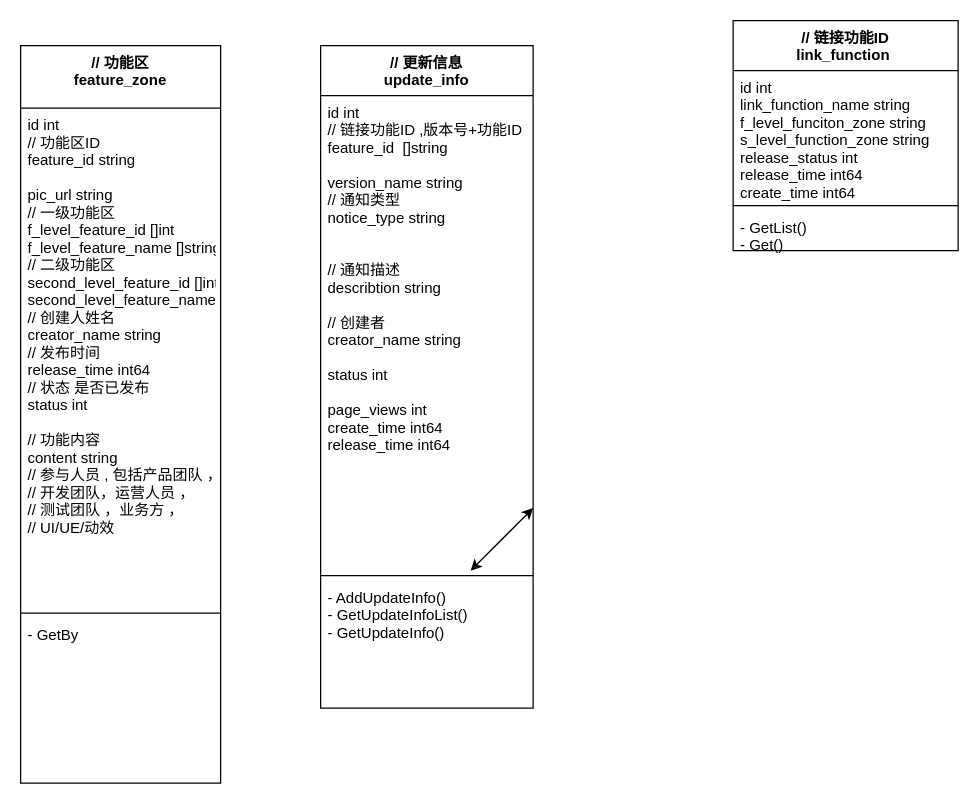
Earlier version of the draw.io diagram 未命名绘图.drawio (lypee/learnProject). Source tidied: cells renumbered, new cells numbered last; positions are measured from the earlier drawing's top-left corner, leaving out a move shared by most shapes. Both pictures are drawn from the tidied source at 125%, with x=0, y=0 at pixel (20, 20).
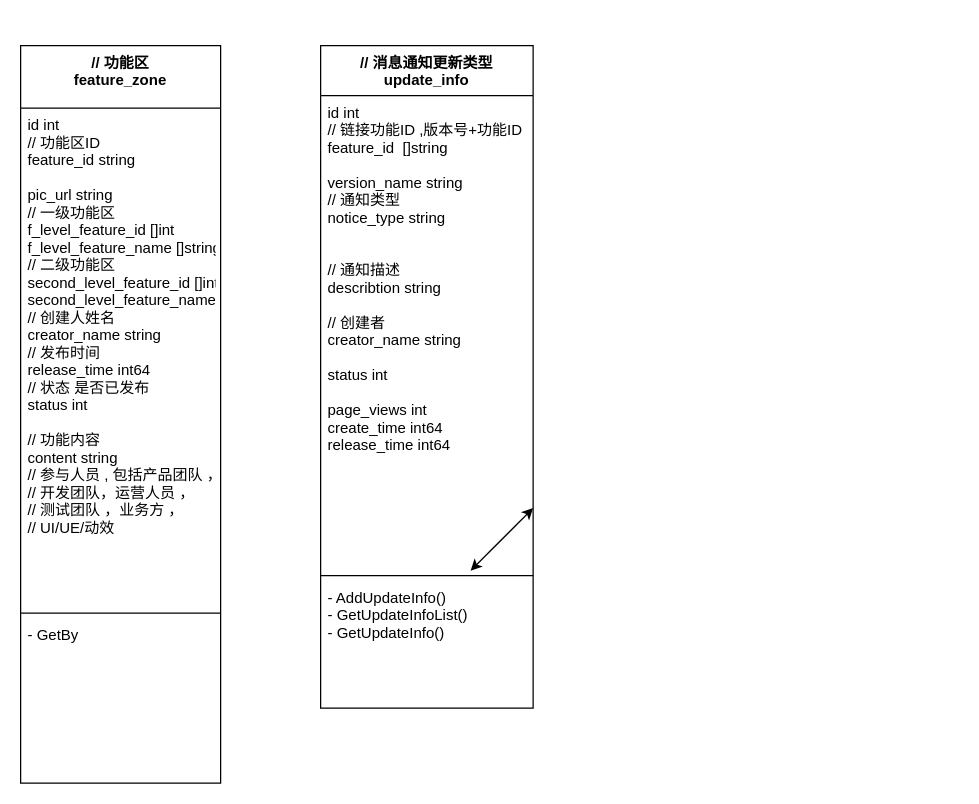
The same diagram, later.

The edit, as a diff of the source:
```diff
@@
 <mxGraphModel>
   <root>
     <mxCell id="0" />
     <mxCell id="1" parent="0" />
-    <mxCell id="2" value="// 更新信息&#10;update_info" style="swimlane;fontStyle=1;align=center;verticalAlign=top;horizontal=1;startSize=40;" parent="1" vertex="1">
+    <mxCell id="2" value="// 消息通知更新类型&#10;update_info" style="swimlane;fontStyle=1;align=center;verticalAlign=top;horizontal=1;startSize=40;" parent="1" vertex="1">
       <mxGeometry x="240" y="20" width="170" height="530" as="geometry" />
     </mxCell>
     <mxCell id="3" value="id int &#10;// 链接功能ID ,版本号+功能ID&#10;feature_id  []string &#10;&#10;version_name string &#10;// 通知类型&#10;notice_type string &#10;&#10;&#10;// 通知描述&#10;describtion string &#10; &#10;// 创建者&#10;creator_name string&#10;&#10;status int &#10;&#10;page_views int &#10;create_time int64&#10;release_time int64&#10;" style="text;strokeColor=none;fillColor=none;align=left;verticalAlign=top;spacingLeft=4;spacingRight=4;overflow=hidden;" parent="2" vertex="1">
       <mxGeometry y="40" width="170" height="380" as="geometry" />
     </mxCell>
     <mxCell id="4" style="line;strokeWidth=1;fillColor=none;align=left;verticalAlign=middle;spacingTop=-1;spacingLeft=3;spacingRight=3;labelPosition=right;" parent="2" vertex="1">
       <mxGeometry y="420" width="170" height="8" as="geometry" />
     </mxCell>
     <mxCell id="5" value="- AddUpdateInfo() &#10;- GetUpdateInfoList()&#10;- GetUpdateInfo()" style="text;strokeColor=none;fillColor=none;align=left;verticalAlign=top;spacingLeft=4;spacingRight=4;overflow=hidden;" parent="2" vertex="1">
       <mxGeometry y="428" width="170" height="102" as="geometry" />
     </mxCell>
     <mxCell id="6" value="// 功能区&#10;feature_zone" style="swimlane;fontStyle=1;align=center;verticalAlign=top;horizontal=1;startSize=50;" parent="1" vertex="1">
       <mxGeometry y="20" width="160" height="590" as="geometry" />
     </mxCell>
     <mxCell id="7" value="id int&#10;// 功能区ID &#10;feature_id string&#10; &#10;pic_url string&#10;// 一级功能区&#10;f_level_feature_id []int&#10;f_level_feature_name []string&#10;// 二级功能区&#10;second_level_feature_id []int&#10;second_level_feature_name []string&#10;// 创建人姓名&#10;creator_name string&#10;// 发布时间&#10;release_time int64&#10;// 状态 是否已发布&#10;status int&#10;&#10;// 功能内容&#10;content string &#10;// 参与人员 , 包括产品团队 ，&#10;// 开发团队，运营人员 ，&#10;// 测试团队 ，业务方 ，&#10;// UI/UE/动效&#10; &#10;&#10;&#10;" style="text;strokeColor=none;fillColor=none;align=left;verticalAlign=top;spacingLeft=4;spacingRight=4;overflow=hidden;" parent="6" vertex="1">
       <mxGeometry y="50" width="160" height="400" as="geometry" />
     </mxCell>
     <mxCell id="8" style="line;strokeWidth=1;fillColor=none;align=left;verticalAlign=middle;spacingTop=-1;spacingLeft=3;spacingRight=3;labelPosition=right;" parent="6" vertex="1">
       <mxGeometry y="450" width="160" height="8" as="geometry" />
     </mxCell>
     <mxCell id="9" value="- GetBy" style="text;strokeColor=none;fillColor=none;align=left;verticalAlign=top;spacingLeft=4;spacingRight=4;overflow=hidden;" parent="6" vertex="1">
       <mxGeometry y="458" width="160" height="132" as="geometry" />
     </mxCell>
-    <mxCell id="10" value="// 链接功能ID&#10;link_function " style="swimlane;fontStyle=1;align=center;verticalAlign=top;horizontal=1;startSize=40;" parent="1" vertex="1">
-      <mxGeometry x="570" width="180" height="184" as="geometry" />
-    </mxCell>
-    <mxCell id="11" value="id int &#10;link_function_name string &#10;f_level_funciton_zone string&#10;s_level_function_zone string &#10;release_status int &#10;release_time int64&#10;create_time int64" style="text;strokeColor=none;fillColor=none;align=left;verticalAlign=top;spacingLeft=4;spacingRight=4;overflow=hidden;" parent="10" vertex="1">
-      <mxGeometry y="40" width="180" height="104" as="geometry" />
-    </mxCell>
-    <mxCell id="12" style="line;strokeWidth=1;fillColor=none;align=left;verticalAlign=middle;spacingTop=-1;spacingLeft=3;spacingRight=3;labelPosition=right;" parent="10" vertex="1">
-      <mxGeometry y="144" width="180" height="8" as="geometry" />
-    </mxCell>
-    <mxCell id="13" value="- GetList()&#10;- Get()" style="text;strokeColor=none;fillColor=none;align=left;verticalAlign=top;spacingLeft=4;spacingRight=4;overflow=hidden;" parent="10" vertex="1">
-      <mxGeometry y="152" width="180" height="32" as="geometry" />
-    </mxCell>
     <mxCell id="14" style="endArrow=classic;startArrow=classic;html=1;" parent="1" edge="1">
       <mxGeometry relative="1" as="geometry">
         <mxPoint x="360" y="440" as="sourcePoint" />
         <mxPoint x="410" y="390" as="targetPoint" />
       </mxGeometry>
     </mxCell>
   </root>
 </mxGraphModel>
```
